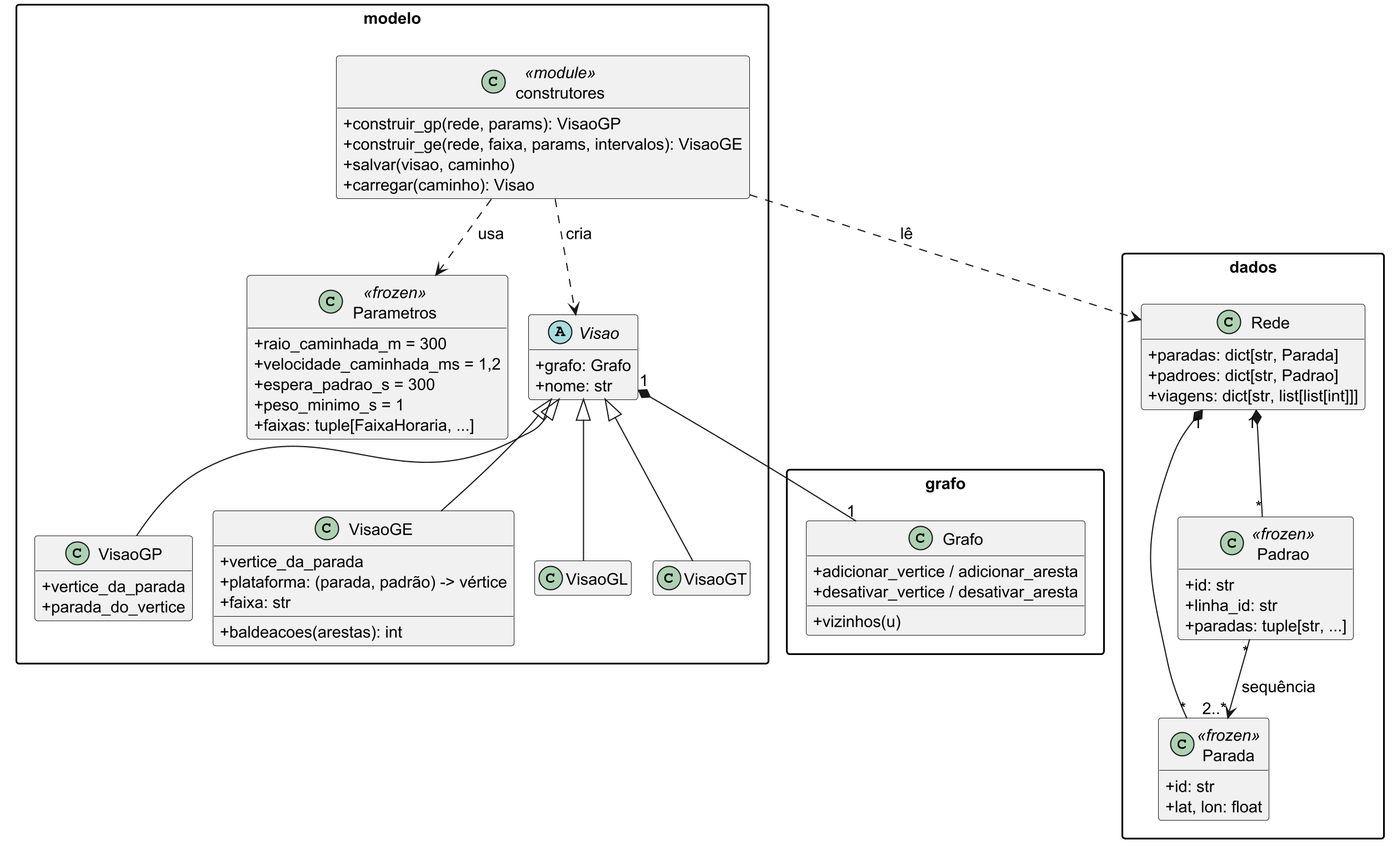
Before: relatorio/figuras/classes-modelo.png, a diagram exported from PlantUML (henriquegdc/grafos-transporte-bh). Its diagram source:
```plantuml
@startuml classes-modelo
!pragma layout smetana
skinparam dpi 200
skinparam classAttributeIconSize 0
skinparam packageStyle rectangle
skinparam defaultFontSize 14
skinparam shadowing false
hide empty members

package "dados" {
  class Rede {
    +paradas: dict[str, Parada]
    +padroes: dict[str, Padrao]
    +viagens: dict[str, list[list[int]]]
  }
  class Parada <<frozen>> {
    +id: str
    +lat, lon: float
  }
  class Padrao <<frozen>> {
    +id: str
    +linha_id: str
    +paradas: tuple[str, ...]
  }
}

package "modelo" {
  class construtores <<module>> {
    +construir_gp(rede, params): VisaoGP
    +construir_ge(rede, faixa, params, intervalos): VisaoGE
    +salvar(visao, caminho)
    +carregar(caminho): Visao
  }
  class Parametros <<frozen>> {
    +raio_caminhada_m = 300
    +velocidade_caminhada_ms = 1,2
    +espera_padrao_s = 300
    +peso_minimo_s = 1
    +faixas: tuple[FaixaHoraria, ...]
  }
  abstract class Visao {
    +grafo: Grafo
    +nome: str
  }
  class VisaoGP {
    +vertice_da_parada
    +parada_do_vertice
  }
  class VisaoGE {
    +vertice_da_parada
    +{field} plataforma: (parada, padrão) -> vértice
    +faixa: str
    +baldeacoes(arestas): int
  }
  class VisaoGL
  class VisaoGT
}

package "grafo" {
  class Grafo {
    +adicionar_vertice / adicionar_aresta
    +vizinhos(u)
    +desativar_vertice / desativar_aresta
  }
}

Rede "1" *-- "*" Parada
Rede "1" *-- "*" Padrao
Padrao "*" --> "2..*" Parada : sequência
construtores ..> Rede : lê
construtores ..> Parametros : usa
construtores ..> Visao : cria
Visao <|-- VisaoGP
Visao <|-- VisaoGE
Visao <|-- VisaoGL
Visao <|-- VisaoGT
Visao "1" *-- "1" Grafo
@enduml
```
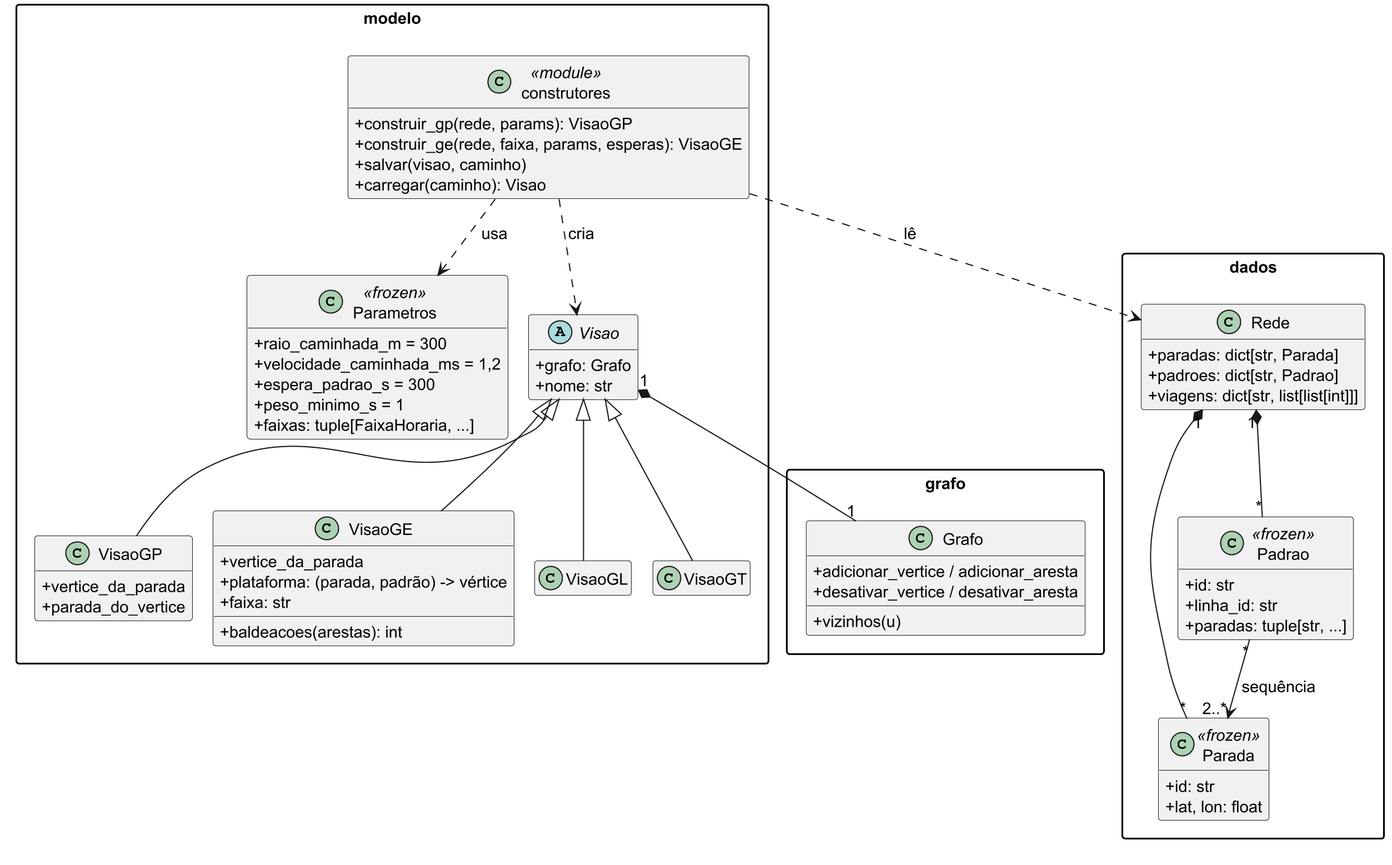
Above is the later version.

Commit message:
docs(P0-MODELO): classes-modelo.png regenerado com esperas

What changed in the source:
```diff
@@ -27,7 +27,7 @@
 package "modelo" {
   class construtores <<module>> {
     +construir_gp(rede, params): VisaoGP
-    +construir_ge(rede, faixa, params, intervalos): VisaoGE
+    +construir_ge(rede, faixa, params, esperas): VisaoGE
     +salvar(visao, caminho)
     +carregar(caminho): Visao
   }
```
